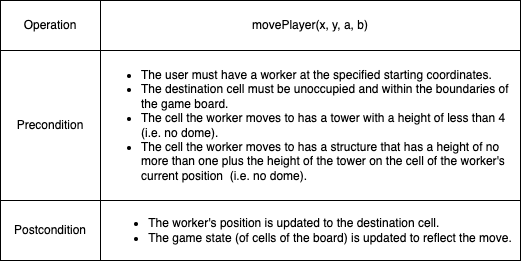
Before: contract.png, a diagram exported from draw.io (RozayC/test). Source tidied: cells renumbered, new cells last; positions are measured from the earlier drawing's top-left corner, leaving out a move shared by most shapes. Source of this version:
```xml
<mxGraphModel>
  <root>
    <mxCell id="0" />
    <mxCell id="1" parent="0" />
    <mxCell id="2" style="shape=table;startSize=0;" parent="1" vertex="1">
      <mxGeometry width="520" height="260" as="geometry" />
    </mxCell>
    <mxCell id="3" style="shape=partialRectangle;fillColor=none;top=0;left=0;bottom=0;right=0;" parent="2" vertex="1">
      <mxGeometry width="520" height="50" as="geometry" />
    </mxCell>
    <mxCell id="4" value="&lt;div style=&quot;text-align: center&quot;&gt;Operation&lt;/div&gt;" style="shape=partialRectangle;html=1;whiteSpace=wrap;overflow=hidden;fillColor=none;top=0;left=0;bottom=0;right=0;" parent="3" vertex="1">
      <mxGeometry width="100" height="50" as="geometry" />
    </mxCell>
    <mxCell id="5" value="movePlayer(x, y, a, b)" style="shape=partialRectangle;html=1;whiteSpace=wrap;overflow=hidden;fillColor=none;top=0;left=0;bottom=0;right=0;" parent="3" vertex="1">
      <mxGeometry x="100" width="420" height="50" as="geometry" />
    </mxCell>
    <mxCell id="6" style="shape=partialRectangle;fillColor=none;top=0;left=0;bottom=0;right=0;" parent="2" vertex="1">
      <mxGeometry y="50" width="520" height="150" as="geometry" />
    </mxCell>
    <mxCell id="7" value="Precondition" style="shape=partialRectangle;html=1;whiteSpace=wrap;overflow=hidden;fillColor=none;top=0;left=0;bottom=0;right=0;" parent="6" vertex="1">
      <mxGeometry width="100" height="150" as="geometry" />
    </mxCell>
    <mxCell id="8" value="&lt;ul style=&quot;text-align: left&quot;&gt;&lt;li&gt;The user must have a worker at the specified starting coordinates.&lt;br&gt;&lt;/li&gt;&lt;li&gt;The destination cell must be unoccupied and within the boundaries of the game board.&lt;br&gt;&lt;/li&gt;&lt;li&gt;The cell the worker moves to has a tower with a height of less than 4&amp;nbsp; (i.e. no dome).&lt;br&gt;&lt;/li&gt;&lt;li&gt;The cell the worker moves to has a structure that has a height of no more than one plus the height of the tower on the cell of the worker's current position&amp;nbsp; (i.e. no dome).&lt;/li&gt;&lt;/ul&gt;" style="shape=partialRectangle;html=1;whiteSpace=wrap;overflow=hidden;fillColor=none;top=0;left=0;bottom=0;right=0;" parent="6" vertex="1">
      <mxGeometry x="100" width="420" height="150" as="geometry" />
    </mxCell>
    <mxCell id="9" style="shape=partialRectangle;fillColor=none;top=0;left=0;bottom=0;right=0;" parent="2" vertex="1">
      <mxGeometry y="200" width="520" height="60" as="geometry" />
    </mxCell>
    <mxCell id="10" value="Postcondition" style="shape=partialRectangle;html=1;whiteSpace=wrap;overflow=hidden;fillColor=none;top=0;left=0;bottom=0;right=0;" parent="9" vertex="1">
      <mxGeometry width="100" height="60" as="geometry" />
    </mxCell>
    <mxCell id="11" value="&lt;ul&gt;&lt;li style=&quot;text-align: left&quot;&gt;The worker's position is updated to the destination cell.&lt;/li&gt;&lt;li style=&quot;text-align: left&quot;&gt;The game state (of cells of the board) is updated to reflect the move.&lt;br&gt;&lt;/li&gt;&lt;/ul&gt;" style="shape=partialRectangle;html=1;whiteSpace=wrap;overflow=hidden;fillColor=none;top=0;left=0;bottom=0;right=0;" parent="9" vertex="1">
      <mxGeometry x="100" width="420" height="60" as="geometry" />
    </mxCell>
  </root>
</mxGraphModel>
```
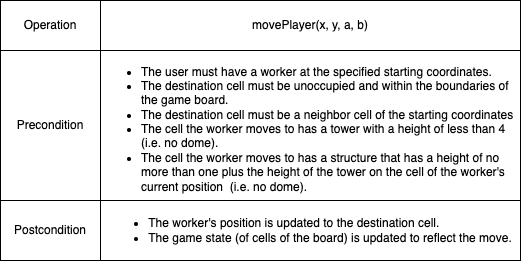
After the change.

The edit, as a diff of the source:
```diff
@@ -20,7 +20,7 @@
     <mxCell id="7" value="Precondition" style="shape=partialRectangle;html=1;whiteSpace=wrap;overflow=hidden;fillColor=none;top=0;left=0;bottom=0;right=0;" parent="6" vertex="1">
       <mxGeometry width="100" height="150" as="geometry" />
     </mxCell>
-    <mxCell id="8" value="&lt;ul style=&quot;text-align: left&quot;&gt;&lt;li&gt;The user must have a worker at the specified starting coordinates.&lt;br&gt;&lt;/li&gt;&lt;li&gt;The destination cell must be unoccupied and within the boundaries of the game board.&lt;br&gt;&lt;/li&gt;&lt;li&gt;The cell the worker moves to has a tower with a height of less than 4&amp;nbsp; (i.e. no dome).&lt;br&gt;&lt;/li&gt;&lt;li&gt;The cell the worker moves to has a structure that has a height of no more than one plus the height of the tower on the cell of the worker's current position&amp;nbsp; (i.e. no dome).&lt;/li&gt;&lt;/ul&gt;" style="shape=partialRectangle;html=1;whiteSpace=wrap;overflow=hidden;fillColor=none;top=0;left=0;bottom=0;right=0;" parent="6" vertex="1">
+    <mxCell id="8" value="&lt;ul style=&quot;text-align: left&quot;&gt;&lt;li&gt;The user must have a worker at the specified starting coordinates.&lt;br&gt;&lt;/li&gt;&lt;li&gt;The destination cell must be unoccupied and within the boundaries of the game board.&lt;br&gt;&lt;/li&gt;&lt;li&gt;The destination cell must be a neighbor cell of the starting coordinates&lt;/li&gt;&lt;li&gt;The cell the worker moves to has a tower with a height of less than 4&amp;nbsp; (i.e. no dome).&lt;br&gt;&lt;/li&gt;&lt;li&gt;The cell the worker moves to has a structure that has a height of no more than one plus the height of the tower on the cell of the worker's current position&amp;nbsp; (i.e. no dome).&lt;/li&gt;&lt;/ul&gt;" style="shape=partialRectangle;html=1;whiteSpace=wrap;overflow=hidden;fillColor=none;top=0;left=0;bottom=0;right=0;" parent="6" vertex="1">
       <mxGeometry x="100" width="420" height="150" as="geometry" />
     </mxCell>
     <mxCell id="9" style="shape=partialRectangle;fillColor=none;top=0;left=0;bottom=0;right=0;" parent="2" vertex="1">
```
